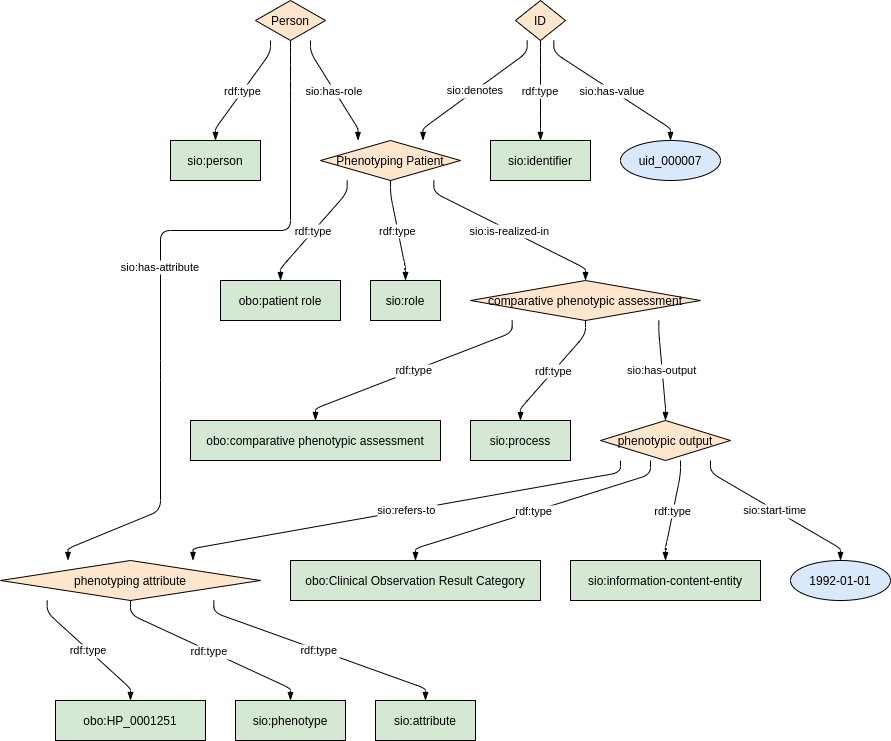
Before: images/rdf/7_Phenotyping.png, a diagram exported from draw.io (ejp-rd-vp/ERN-common-data-elements). Source tidied: cells renumbered, new cells last; positions are measured from the earlier drawing's top-left corner, leaving out a move shared by most shapes. Source of this version:
```xml
<mxGraphModel>
  <root>
    <mxCell id="0" />
    <mxCell id="1" parent="0" />
    <object id="2" label="%name%" name="Phenotyping Patient" placeholders="1">
      <mxCell style="shape=rhombus;fillColor=#FFE6CC;strokeColor=#000000;" parent="1" vertex="1">
        <mxGeometry x="320" y="140" width="140" height="40" as="geometry" />
      </mxCell>
    </object>
    <object id="3" label="%name%" name="obo:patient role" placeholders="1">
      <mxCell style="shape=rounded;fillColor=#d5e8d4;strokeColor=#000000;" parent="1" vertex="1">
        <mxGeometry x="220" y="280" width="120" height="40" as="geometry" />
      </mxCell>
    </object>
    <object id="4" label="%name%" name="Person" placeholders="1">
      <mxCell style="shape=rhombus;fillColor=#FFE6CC;strokeColor=#000000;" parent="1" vertex="1">
        <mxGeometry x="255" width="70" height="40" as="geometry" />
      </mxCell>
    </object>
    <object id="5" label="phenotyping attribute" name="phenotyping_attribute_TypedAttributeNode" placeholders="1">
      <mxCell style="shape=rhombus;fillColor=#FFE6CC;strokeColor=#000000;" parent="1" vertex="1">
        <mxGeometry y="560" width="260" height="40" as="geometry" />
      </mxCell>
    </object>
    <object id="6" label="%name%" name="ID" placeholders="1">
      <mxCell style="shape=rhombus;fillColor=#FFE6CC;strokeColor=#000000;" parent="1" vertex="1">
        <mxGeometry x="515" width="50" height="40" as="geometry" />
      </mxCell>
    </object>
    <object id="7" label="%name%" name="uid_000007" placeholders="1">
      <mxCell style="shape=ellipse;fillColor=#DAE8FC;strokeColor=#000000;" parent="1" vertex="1">
        <mxGeometry x="620" y="140" width="100" height="40" as="geometry" />
      </mxCell>
    </object>
    <object id="8" label="%name%" name="comparative phenotypic assessment" placeholders="1">
      <mxCell style="shape=rhombus;fillColor=#FFE6CC;strokeColor=#000000;" parent="1" vertex="1">
        <mxGeometry x="470" y="280" width="230" height="40" as="geometry" />
      </mxCell>
    </object>
    <object id="9" label="%name%" name="sio:role" placeholders="1">
      <mxCell style="shape=rounded;fillColor=#d5e8d4;strokeColor=#000000;" parent="1" vertex="1">
        <mxGeometry x="370" y="280" width="70" height="40" as="geometry" />
      </mxCell>
    </object>
    <object id="10" label="phenotypic output" name="Cerebellar ataxia" placeholders="1">
      <mxCell style="shape=rhombus;fillColor=#FFE6CC;strokeColor=#000000;" parent="1" vertex="1">
        <mxGeometry x="600" y="420" width="130" height="40" as="geometry" />
      </mxCell>
    </object>
    <object id="11" label="%name%" name="1992-01-01" placeholders="1">
      <mxCell style="shape=ellipse;fillColor=#DAE8FC;strokeColor=#000000;" parent="1" vertex="1">
        <mxGeometry x="790" y="560" width="100" height="40" as="geometry" />
      </mxCell>
    </object>
    <object id="12" label="%name%" name="obo:comparative phenotypic assessment" placeholders="1">
      <mxCell style="shape=rounded;fillColor=#d5e8d4;strokeColor=#000000;" parent="1" vertex="1">
        <mxGeometry x="190" y="420" width="250" height="40" as="geometry" />
      </mxCell>
    </object>
    <object id="13" label="obo:HP_0001251" name="eddbee:HP:0001251" placeholders="1">
      <mxCell style="shape=rounded;fillColor=#d5e8d4;strokeColor=#000000;" parent="1" vertex="1">
        <mxGeometry x="55" y="700" width="150" height="40" as="geometry" />
      </mxCell>
    </object>
    <object id="14" label="%name%" name="obo:Clinical Observation Result Category" placeholders="1">
      <mxCell style="shape=rounded;fillColor=#d5e8d4;strokeColor=#000000;" parent="1" vertex="1">
        <mxGeometry x="290" y="560" width="250" height="40" as="geometry" />
      </mxCell>
    </object>
    <object id="15" label="%name%" name="sio:information-content-entity" placeholders="1">
      <mxCell style="shape=rounded;fillColor=#d5e8d4;strokeColor=#000000;" parent="1" vertex="1">
        <mxGeometry x="570" y="560" width="190" height="40" as="geometry" />
      </mxCell>
    </object>
    <object id="16" label="%name%" name="sio:phenotype" placeholders="1">
      <mxCell style="shape=rounded;fillColor=#d5e8d4;strokeColor=#000000;" parent="1" vertex="1">
        <mxGeometry x="235" y="700" width="110" height="40" as="geometry" />
      </mxCell>
    </object>
    <object id="17" label="%name%" name="sio:person" placeholders="1">
      <mxCell style="shape=rounded;fillColor=#d5e8d4;strokeColor=#000000;" parent="1" vertex="1">
        <mxGeometry x="170" y="140" width="90" height="40" as="geometry" />
      </mxCell>
    </object>
    <object id="18" label="%name%" name="sio:attribute" placeholders="1">
      <mxCell style="shape=rounded;fillColor=#d5e8d4;strokeColor=#000000;" parent="1" vertex="1">
        <mxGeometry x="375" y="700" width="100" height="40" as="geometry" />
      </mxCell>
    </object>
    <object id="19" label="%name%" name="sio:identifier" placeholders="1">
      <mxCell style="shape=rounded;fillColor=#d5e8d4;strokeColor=#000000;" parent="1" vertex="1">
        <mxGeometry x="490" y="140" width="100" height="40" as="geometry" />
      </mxCell>
    </object>
    <object id="20" label="%name%" name="sio:process" placeholders="1">
      <mxCell style="shape=rounded;fillColor=#d5e8d4;strokeColor=#000000;" parent="1" vertex="1">
        <mxGeometry x="470" y="420" width="100" height="40" as="geometry" />
      </mxCell>
    </object>
    <mxCell id="21" value="rdf:type" style="curved=0;endArrow=blockThin;endFill=1;noEdgeStyle=1;orthogonal=1;" parent="1" edge="1" source="2" target="3">
      <mxGeometry relative="1" as="geometry">
        <Array as="points">
          <mxPoint x="346.7" y="192" />
          <mxPoint x="280" y="268" />
        </Array>
      </mxGeometry>
    </mxCell>
    <mxCell id="22" value="rdf:type" style="curved=0;endArrow=blockThin;endFill=1;noEdgeStyle=1;orthogonal=1;" parent="1" edge="1" source="2" target="9">
      <mxGeometry relative="1" as="geometry">
        <Array as="points">
          <mxPoint x="390" y="194" />
          <mxPoint x="405" y="268" />
        </Array>
      </mxGeometry>
    </mxCell>
    <mxCell id="23" value="rdf:type" style="curved=0;endArrow=blockThin;endFill=1;noEdgeStyle=1;orthogonal=1;" parent="1" edge="1" source="8" target="12">
      <mxGeometry relative="1" as="geometry">
        <Array as="points">
          <mxPoint x="511.7" y="332" />
          <mxPoint x="315" y="408" />
        </Array>
      </mxGeometry>
    </mxCell>
    <mxCell id="24" value="rdf:type" style="curved=0;endArrow=blockThin;endFill=1;noEdgeStyle=1;orthogonal=1;" parent="1" edge="1" source="5" target="13">
      <mxGeometry relative="1" as="geometry">
        <Array as="points">
          <mxPoint x="46.7" y="612" />
          <mxPoint x="130" y="688" />
        </Array>
      </mxGeometry>
    </mxCell>
    <mxCell id="25" value="rdf:type" style="curved=0;endArrow=blockThin;endFill=1;noEdgeStyle=1;orthogonal=1;" parent="1" edge="1" source="10" target="14">
      <mxGeometry relative="1" as="geometry">
        <Array as="points">
          <mxPoint x="650" y="474" />
          <mxPoint x="415" y="548" />
        </Array>
      </mxGeometry>
    </mxCell>
    <mxCell id="26" value="rdf:type" style="curved=0;endArrow=blockThin;endFill=1;noEdgeStyle=1;orthogonal=1;" parent="1" edge="1" source="10" target="15">
      <mxGeometry relative="1" as="geometry">
        <Array as="points">
          <mxPoint x="680" y="474" />
          <mxPoint x="665" y="548" />
        </Array>
      </mxGeometry>
    </mxCell>
    <mxCell id="27" value="rdf:type" style="curved=0;endArrow=blockThin;endFill=1;noEdgeStyle=1;orthogonal=1;" parent="1" edge="1" source="5" target="16">
      <mxGeometry relative="1" as="geometry">
        <Array as="points">
          <mxPoint x="130" y="614" />
          <mxPoint x="290" y="688" />
        </Array>
      </mxGeometry>
    </mxCell>
    <mxCell id="28" value="rdf:type" style="curved=0;endArrow=blockThin;endFill=1;noEdgeStyle=1;orthogonal=1;" parent="1" edge="1" source="4" target="17">
      <mxGeometry relative="1" as="geometry">
        <Array as="points">
          <mxPoint x="270" y="52" />
          <mxPoint x="215" y="128" />
        </Array>
      </mxGeometry>
    </mxCell>
    <mxCell id="29" value="rdf:type" style="curved=0;endArrow=blockThin;endFill=1;noEdgeStyle=1;orthogonal=1;" parent="1" edge="1" source="5" target="18">
      <mxGeometry relative="1" as="geometry">
        <Array as="points">
          <mxPoint x="213.3" y="612" />
          <mxPoint x="425" y="688" />
        </Array>
      </mxGeometry>
    </mxCell>
    <mxCell id="30" value="rdf:type" style="curved=0;endArrow=blockThin;endFill=1;noEdgeStyle=1;orthogonal=1;" parent="1" edge="1" source="6" target="19">
      <mxGeometry relative="1" as="geometry">
        <Array as="points">
          <mxPoint x="540" y="54" />
          <mxPoint x="540" y="128" />
        </Array>
      </mxGeometry>
    </mxCell>
    <mxCell id="31" value="rdf:type" style="curved=0;endArrow=blockThin;endFill=1;noEdgeStyle=1;orthogonal=1;" parent="1" edge="1" source="8" target="20">
      <mxGeometry relative="1" as="geometry">
        <Array as="points">
          <mxPoint x="585" y="334" />
          <mxPoint x="520" y="408" />
        </Array>
      </mxGeometry>
    </mxCell>
    <mxCell id="32" value="sio:has-attribute" style="curved=0;endArrow=blockThin;endFill=1;noEdgeStyle=1;orthogonal=1;" parent="1" edge="1" source="4" target="5">
      <mxGeometry relative="1" as="geometry">
        <Array as="points">
          <mxPoint x="290" y="54" />
          <mxPoint x="290" y="90" />
          <mxPoint x="290" y="230" />
          <mxPoint x="160" y="230" />
          <mxPoint x="160" y="370" />
          <mxPoint x="160" y="370" />
          <mxPoint x="160" y="510" />
          <mxPoint x="67.5" y="548" />
        </Array>
      </mxGeometry>
    </mxCell>
    <mxCell id="33" value="sio:has-value" style="curved=0;endArrow=blockThin;endFill=1;noEdgeStyle=1;orthogonal=1;" parent="1" edge="1" source="6" target="7">
      <mxGeometry relative="1" as="geometry">
        <Array as="points">
          <mxPoint x="553.3" y="52" />
          <mxPoint x="670" y="128" />
        </Array>
      </mxGeometry>
    </mxCell>
    <mxCell id="34" value="sio:start-time" style="curved=0;endArrow=blockThin;endFill=1;noEdgeStyle=1;orthogonal=1;" parent="1" edge="1" source="10" target="11">
      <mxGeometry relative="1" as="geometry">
        <Array as="points">
          <mxPoint x="710" y="472" />
          <mxPoint x="840" y="548" />
        </Array>
      </mxGeometry>
    </mxCell>
    <mxCell id="35" value="sio:refers-to" style="curved=0;endArrow=blockThin;endFill=1;noEdgeStyle=1;orthogonal=1;" parent="1" edge="1" source="10" target="5">
      <mxGeometry relative="1" as="geometry">
        <Array as="points">
          <mxPoint x="620" y="472" />
          <mxPoint x="192.5" y="548" />
        </Array>
      </mxGeometry>
    </mxCell>
    <mxCell id="36" value="sio:has-role" style="curved=0;endArrow=blockThin;endFill=1;noEdgeStyle=1;orthogonal=1;" parent="1" edge="1" source="4" target="2">
      <mxGeometry relative="1" as="geometry">
        <Array as="points">
          <mxPoint x="310" y="52" />
          <mxPoint x="357.5" y="128" />
        </Array>
      </mxGeometry>
    </mxCell>
    <mxCell id="37" value="sio:has-output" style="curved=0;endArrow=blockThin;endFill=1;noEdgeStyle=1;orthogonal=1;" parent="1" edge="1" source="8" target="10">
      <mxGeometry relative="1" as="geometry">
        <Array as="points">
          <mxPoint x="658.3" y="332" />
          <mxPoint x="665" y="408" />
        </Array>
      </mxGeometry>
    </mxCell>
    <mxCell id="38" value="sio:is-realized-in" style="curved=0;endArrow=blockThin;endFill=1;noEdgeStyle=1;orthogonal=1;" parent="1" edge="1" source="2" target="8">
      <mxGeometry relative="1" as="geometry">
        <Array as="points">
          <mxPoint x="433.3" y="192" />
          <mxPoint x="585" y="268" />
        </Array>
      </mxGeometry>
    </mxCell>
    <mxCell id="39" value="sio:denotes" style="curved=0;endArrow=blockThin;endFill=1;noEdgeStyle=1;orthogonal=1;" parent="1" edge="1" source="6" target="2">
      <mxGeometry relative="1" as="geometry">
        <Array as="points">
          <mxPoint x="526.7" y="52" />
          <mxPoint x="422.5" y="128" />
        </Array>
      </mxGeometry>
    </mxCell>
  </root>
</mxGraphModel>
```
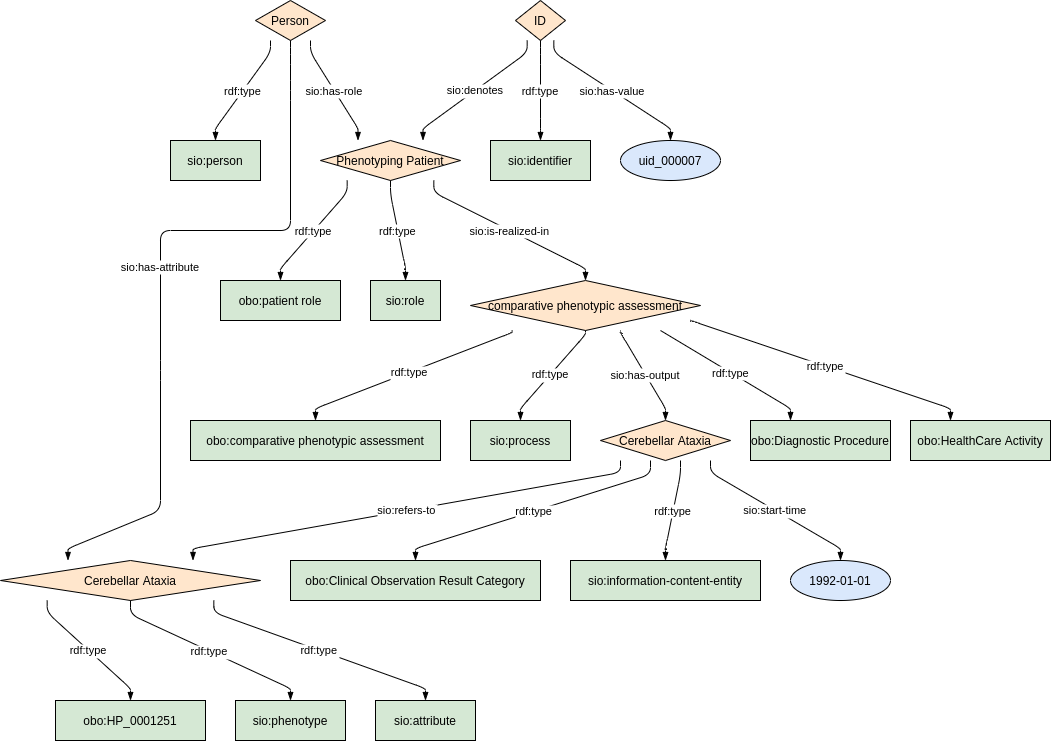
After the change.

The edit, as a diff of the source:
```diff
@@ -17,7 +17,7 @@
         <mxGeometry x="255" width="70" height="40" as="geometry" />
       </mxCell>
     </object>
-    <object id="5" label="phenotyping attribute" name="phenotyping_attribute_TypedAttributeNode" placeholders="1">
+    <object id="5" label="Cerebellar Ataxia" name="phenotyping_attribute_TypedAttributeNode" placeholders="1">
       <mxCell style="shape=rhombus;fillColor=#FFE6CC;strokeColor=#000000;" parent="1" vertex="1">
         <mxGeometry y="560" width="260" height="40" as="geometry" />
       </mxCell>
@@ -34,7 +34,7 @@
     </object>
     <object id="8" label="%name%" name="comparative phenotypic assessment" placeholders="1">
       <mxCell style="shape=rhombus;fillColor=#FFE6CC;strokeColor=#000000;" parent="1" vertex="1">
-        <mxGeometry x="470" y="280" width="230" height="40" as="geometry" />
+        <mxGeometry x="470" y="280" width="230" height="50" as="geometry" />
       </mxCell>
     </object>
     <object id="9" label="%name%" name="sio:role" placeholders="1">
@@ -42,7 +42,7 @@
         <mxGeometry x="370" y="280" width="70" height="40" as="geometry" />
       </mxCell>
     </object>
-    <object id="10" label="phenotypic output" name="Cerebellar ataxia" placeholders="1">
+    <object id="10" label="Cerebellar Ataxia" name="Cerebellar ataxia" placeholders="1">
       <mxCell style="shape=rhombus;fillColor=#FFE6CC;strokeColor=#000000;" parent="1" vertex="1">
         <mxGeometry x="600" y="420" width="130" height="40" as="geometry" />
       </mxCell>
@@ -234,7 +234,7 @@
     <mxCell id="37" value="sio:has-output" style="curved=0;endArrow=blockThin;endFill=1;noEdgeStyle=1;orthogonal=1;" parent="1" edge="1" source="8" target="10">
       <mxGeometry relative="1" as="geometry">
         <Array as="points">
-          <mxPoint x="658.3" y="332" />
+          <mxPoint x="620" y="332" />
           <mxPoint x="665" y="408" />
         </Array>
       </mxGeometry>
@@ -255,5 +255,31 @@
         </Array>
       </mxGeometry>
     </mxCell>
+    <object id="40" label="obo:Diagnostic Procedure" name="sio:process" placeholders="1">
+      <mxCell style="shape=rounded;fillColor=#d5e8d4;strokeColor=#000000;" parent="1" vertex="1">
+        <mxGeometry x="750" y="420" width="140" height="40" as="geometry" />
+      </mxCell>
+    </object>
+    <mxCell id="41" value="rdf:type" style="curved=0;endArrow=blockThin;endFill=1;noEdgeStyle=1;orthogonal=1;" parent="1" edge="1" source="8" target="40">
+      <mxGeometry relative="1" as="geometry">
+        <Array as="points">
+          <mxPoint x="660" y="330" />
+          <mxPoint x="790" y="408" />
+        </Array>
+      </mxGeometry>
+    </mxCell>
+    <object id="42" label="obo:HealthCare Activity" name="sio:process" placeholders="1">
+      <mxCell style="shape=rounded;fillColor=#d5e8d4;strokeColor=#000000;" parent="1" vertex="1">
+        <mxGeometry x="910" y="420" width="140" height="40" as="geometry" />
+      </mxCell>
+    </object>
+    <mxCell id="43" value="rdf:type" style="curved=0;endArrow=blockThin;endFill=1;noEdgeStyle=1;orthogonal=1;" parent="1" edge="1" source="8" target="42">
+      <mxGeometry relative="1" as="geometry">
+        <Array as="points">
+          <mxPoint x="690" y="320" />
+          <mxPoint x="950" y="408" />
+        </Array>
+      </mxGeometry>
+    </mxCell>
   </root>
 </mxGraphModel>
```
